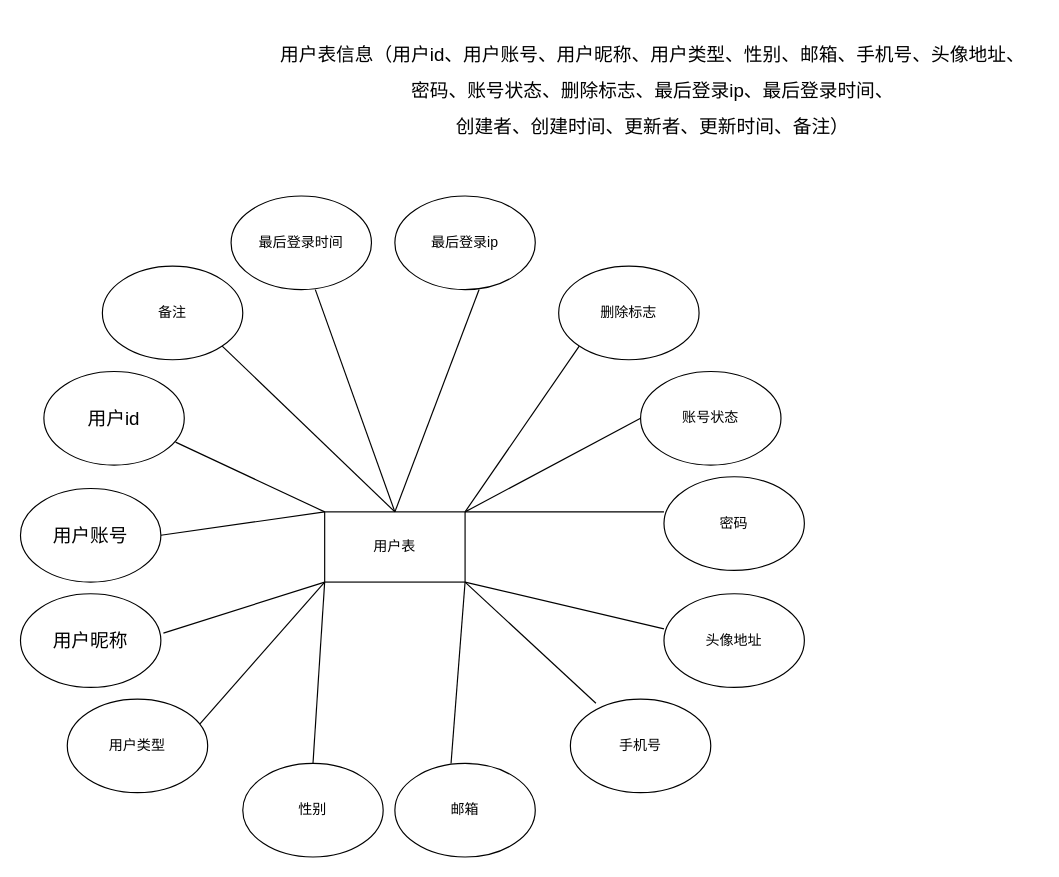
Before: page "ER图" (6 of 6) of lottery-note/fun-bill-依赖关系.drawio in mynxg/draw-io-to-github, a draw.io diagram. Source tidied: cells renumbered, new cells numbered last; positions are measured from the earlier drawing's top-left corner, leaving out a move shared by most shapes. Both pictures are drawn from the tidied source at 117%, with x=0, y=0 at pixel (20, 20).
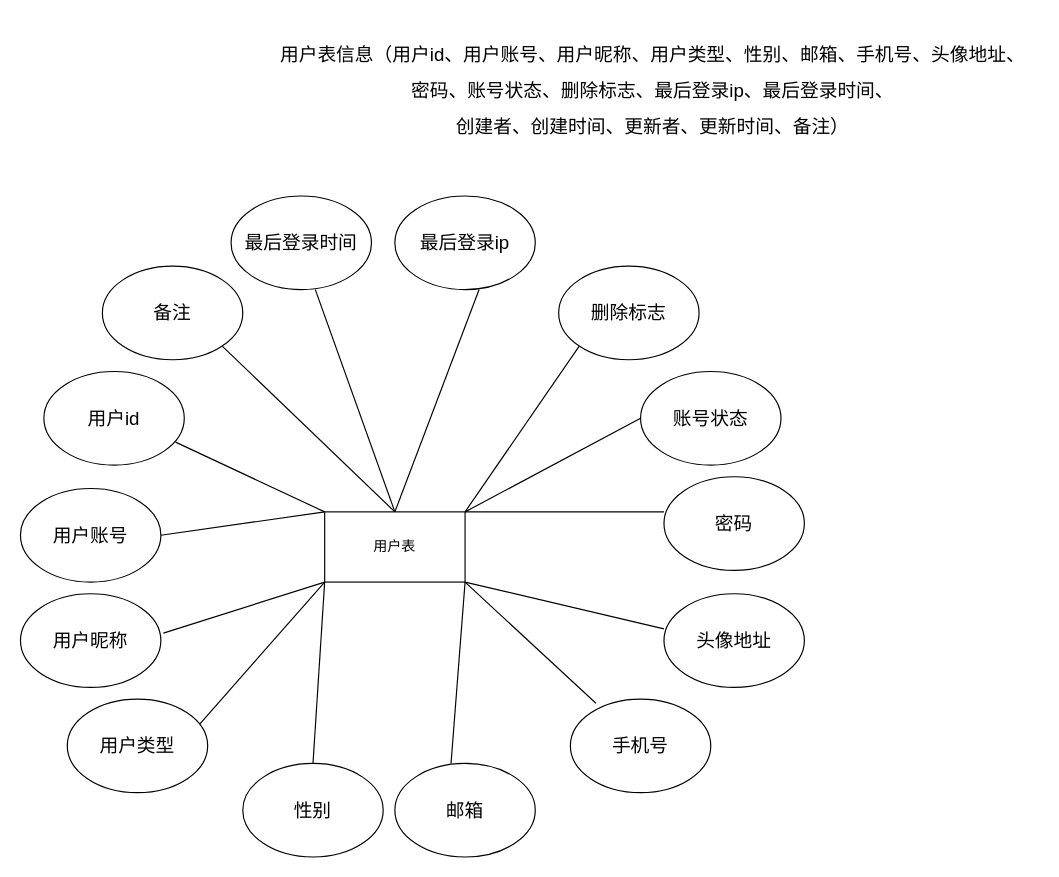
After the change.

Diff of the diagram source:
```diff
@@
-    <mxCell id="4" value="&lt;span style=&quot;font-family: 宋体; font-size: 16px; text-wrap: nowrap;&quot;&gt;用户账号&lt;/span&gt;" style="ellipse;whiteSpace=wrap;html=1;" parent="1" vertex="1">
+    <mxCell id="4" value="&lt;span style=&quot;font-size: 16px; text-wrap: nowrap;&quot;&gt;用户账号&lt;/span&gt;" style="ellipse;whiteSpace=wrap;html=1;fontSize=16;fontFamily=宋体;" parent="1" vertex="1">
       <mxGeometry y="400" width="120" height="80" as="geometry" />
     </mxCell>
-    <mxCell id="5" value="&lt;font style=&quot;font-family: 宋体; font-size: 16px; text-wrap: nowrap;&quot; face=&quot;宋体&quot;&gt;用户&lt;/font&gt;&lt;font style=&quot;font-family: 宋体; font-size: 16px; text-wrap: nowrap;&quot; face=&quot;宋体&quot;&gt;id&lt;/font&gt;" style="ellipse;whiteSpace=wrap;html=1;" parent="1" vertex="1">
+    <mxCell id="5" value="&lt;font style=&quot;font-size: 16px; text-wrap: nowrap;&quot;&gt;用户&lt;/font&gt;&lt;font style=&quot;font-size: 16px; text-wrap: nowrap;&quot;&gt;id&lt;/font&gt;" style="ellipse;whiteSpace=wrap;html=1;fontFamily=宋体;fontSize=16;" parent="1" vertex="1">
       <mxGeometry x="20" y="300" width="120" height="80" as="geometry" />
     </mxCell>
-    <mxCell id="6" value="最后登录时间" style="ellipse;whiteSpace=wrap;html=1;" parent="1" vertex="1">
+    <mxCell id="6" value="&lt;font style=&quot;font-size: 16px;&quot;&gt;最后登录时间&lt;/font&gt;" style="ellipse;whiteSpace=wrap;html=1;fontSize=16;fontFamily=宋体;" parent="1" vertex="1">
       <mxGeometry x="180" y="150" width="120" height="80" as="geometry" />
     </mxCell>
-    <mxCell id="7" value="手机号" style="ellipse;whiteSpace=wrap;html=1;" parent="1" vertex="1">
+    <mxCell id="7" value="手机号" style="ellipse;whiteSpace=wrap;html=1;fontSize=16;fontFamily=宋体;" parent="1" vertex="1">
       <mxGeometry x="470" y="580" width="120" height="80" as="geometry" />
     </mxCell>
-    <mxCell id="8" value="邮箱" style="ellipse;whiteSpace=wrap;html=1;" parent="1" vertex="1">
+    <mxCell id="8" value="邮箱" style="ellipse;whiteSpace=wrap;html=1;fontFamily=宋体;fontSize=16;" parent="1" vertex="1">
       <mxGeometry x="320" y="635" width="120" height="80" as="geometry" />
     </mxCell>
-    <mxCell id="9" value="性别" style="ellipse;whiteSpace=wrap;html=1;" parent="1" vertex="1">
+    <mxCell id="9" value="性别" style="ellipse;whiteSpace=wrap;html=1;fontSize=16;fontFamily=宋体;" parent="1" vertex="1">
       <mxGeometry x="190" y="635" width="120" height="80" as="geometry" />
     </mxCell>
-    <mxCell id="10" value="用户类型" style="ellipse;whiteSpace=wrap;html=1;" parent="1" vertex="1">
+    <mxCell id="10" value="用户类型" style="ellipse;whiteSpace=wrap;html=1;fontFamily=宋体;fontSize=16;" parent="1" vertex="1">
       <mxGeometry x="40" y="580" width="120" height="80" as="geometry" />
     </mxCell>
-    <mxCell id="11" value="&lt;span style=&quot;font-family: 宋体; font-size: 16px; text-wrap: nowrap;&quot;&gt;用户昵称&lt;/span&gt;" style="ellipse;whiteSpace=wrap;html=1;" parent="1" vertex="1">
+    <mxCell id="11" value="&lt;span style=&quot;font-size: 16px; text-wrap: nowrap;&quot;&gt;用户昵称&lt;/span&gt;" style="ellipse;whiteSpace=wrap;html=1;fontFamily=宋体;fontSize=16;" parent="1" vertex="1">
       <mxGeometry y="490" width="120" height="80" as="geometry" />
     </mxCell>
-    <mxCell id="12" value="头像地址" style="ellipse;whiteSpace=wrap;html=1;" parent="1" vertex="1">
+    <mxCell id="12" value="头像地址" style="ellipse;whiteSpace=wrap;html=1;fontFamily=宋体;fontSize=16;" parent="1" vertex="1">
       <mxGeometry x="550" y="490" width="120" height="80" as="geometry" />
     </mxCell>
-    <mxCell id="13" value="密码" style="ellipse;whiteSpace=wrap;html=1;" parent="1" vertex="1">
+    <mxCell id="13" value="密码" style="ellipse;whiteSpace=wrap;html=1;fontSize=16;fontFamily=宋体;" parent="1" vertex="1">
       <mxGeometry x="550" y="390" width="120" height="80" as="geometry" />
     </mxCell>
-    <mxCell id="14" value="账号状态" style="ellipse;whiteSpace=wrap;html=1;" parent="1" vertex="1">
+    <mxCell id="14" value="账号状态" style="ellipse;whiteSpace=wrap;html=1;fontSize=16;fontFamily=宋体;" parent="1" vertex="1">
       <mxGeometry x="530" y="300" width="120" height="80" as="geometry" />
     </mxCell>
-    <mxCell id="15" value="最后登录ip" style="ellipse;whiteSpace=wrap;html=1;" parent="1" vertex="1">
+    <mxCell id="15" value="最后登录ip" style="ellipse;whiteSpace=wrap;html=1;fontSize=16;fontFamily=宋体;" parent="1" vertex="1">
       <mxGeometry x="320" y="150" width="120" height="80" as="geometry" />
     </mxCell>
-    <mxCell id="16" value="删除标志" style="ellipse;whiteSpace=wrap;html=1;" parent="1" vertex="1">
+    <mxCell id="16" value="删除标志" style="ellipse;whiteSpace=wrap;html=1;fontFamily=宋体;fontSize=16;" parent="1" vertex="1">
       <mxGeometry x="460" y="210" width="120" height="80" as="geometry" />
     </mxCell>
-    <mxCell id="17" value="备注" style="ellipse;whiteSpace=wrap;html=1;" parent="1" vertex="1">
+    <mxCell id="17" value="备注" style="ellipse;whiteSpace=wrap;html=1;fontSize=16;fontFamily=宋体;" parent="1" vertex="1">
       <mxGeometry x="70" y="210" width="120" height="80" as="geometry" />
     </mxCell>
```
